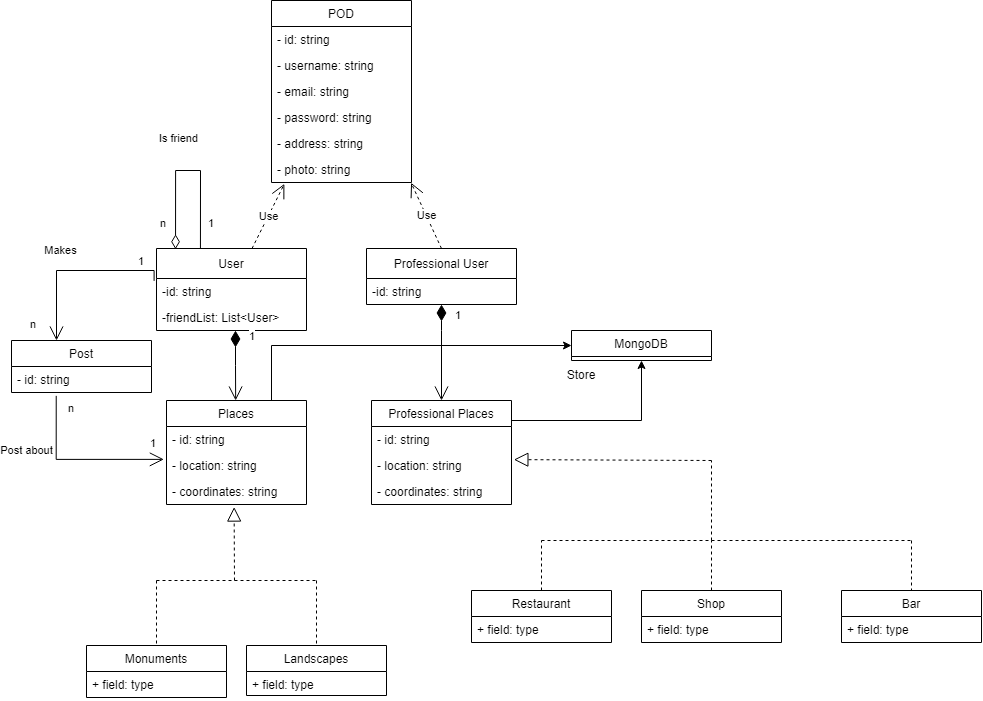
Arquisoft/lomap_es5c keeps this draw.io diagram as docs/images/modeloDominio.png. Above is the earlier version. Source tidied: cells renumbered, new cells last; positions are measured from the earlier drawing's top-left corner, leaving out a move shared by most shapes.
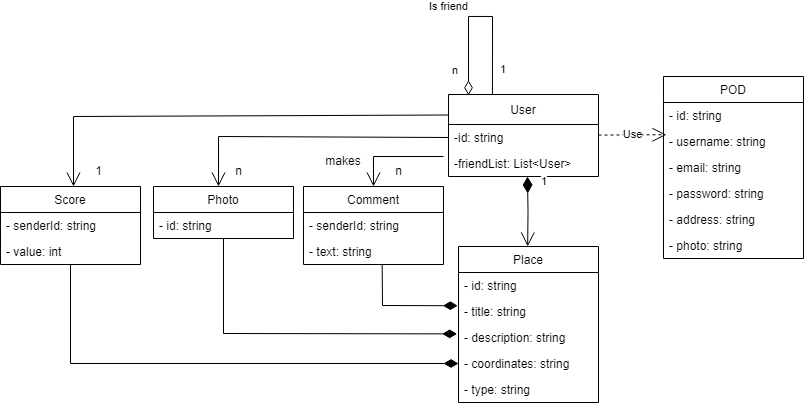
After the commit.

Diff of the diagram source:
```diff
@@ -11,20 +11,26 @@
     <mxCell id="4" value="-friendList: List&lt;User&gt;" style="text;strokeColor=none;fillColor=none;align=left;verticalAlign=top;spacingLeft=4;spacingRight=4;overflow=hidden;" parent="2" vertex="1">
       <mxGeometry y="56" width="150" height="26" as="geometry" />
     </mxCell>
-    <mxCell id="5" value="Places" style="swimlane;fontStyle=0;horizontal=1;startSize=26;fillColor=none;" parent="1" vertex="1">
-      <mxGeometry x="155" y="400" width="140" height="104" as="geometry" />
+    <mxCell id="5" value="Place" style="swimlane;fontStyle=0;horizontal=1;startSize=26;fillColor=none;" parent="1" vertex="1">
+      <mxGeometry x="155" y="400" width="140" height="156" as="geometry" />
     </mxCell>
     <mxCell id="6" value="- id: string" style="text;strokeColor=none;fillColor=none;align=left;verticalAlign=top;spacingLeft=4;spacingRight=4;overflow=hidden;" parent="5" vertex="1">
       <mxGeometry y="26" width="140" height="26" as="geometry" />
     </mxCell>
-    <mxCell id="7" value="- location: string" style="text;strokeColor=none;fillColor=none;align=left;verticalAlign=top;spacingLeft=4;spacingRight=4;overflow=hidden;points=[[0,0.5],[1,0.5]];portConstraint=eastwest;" parent="5" vertex="1">
+    <mxCell id="7" value="- title: string" style="text;strokeColor=none;fillColor=none;align=left;verticalAlign=top;spacingLeft=4;spacingRight=4;overflow=hidden;points=[[0,0.5],[1,0.5]];portConstraint=eastwest;" parent="5" vertex="1">
       <mxGeometry y="52" width="140" height="26" as="geometry" />
     </mxCell>
-    <mxCell id="8" value="- coordinates: string" style="text;strokeColor=none;fillColor=none;align=left;verticalAlign=top;spacingLeft=4;spacingRight=4;overflow=hidden;points=[[0,0.5],[1,0.5]];portConstraint=eastwest;" parent="5" vertex="1">
-      <mxGeometry y="78" width="140" height="26" as="geometry" />
-    </mxCell>
+    <mxCell id="63" value="- description: string" style="text;strokeColor=none;fillColor=none;align=left;verticalAlign=top;spacingLeft=4;spacingRight=4;overflow=hidden;points=[[0,0.5],[1,0.5]];portConstraint=eastwest;" parent="5" vertex="1">
+      <mxGeometry y="78" width="140" height="26" as="geometry" />
+    </mxCell>
+    <mxCell id="64" value="- coordinates: string" style="text;strokeColor=none;fillColor=none;align=left;verticalAlign=top;spacingLeft=4;spacingRight=4;overflow=hidden;" parent="5" vertex="1">
+      <mxGeometry y="104" width="140" height="26" as="geometry" />
+    </mxCell>
+    <mxCell id="65" value="- type: string" style="text;strokeColor=none;fillColor=none;align=left;verticalAlign=top;spacingLeft=4;spacingRight=4;overflow=hidden;" parent="5" vertex="1">
+      <mxGeometry y="130" width="140" height="26" as="geometry" />
+    </mxCell>
     <mxCell id="9" value="POD" style="swimlane;fontStyle=0;horizontal=1;startSize=26;fillColor=none;" parent="1" vertex="1">
-      <mxGeometry x="260" width="140" height="182" as="geometry" />
+      <mxGeometry x="360" y="230" width="140" height="182" as="geometry" />
     </mxCell>
     <mxCell id="10" value="- id: string" style="text;strokeColor=none;fillColor=none;align=left;verticalAlign=top;spacingLeft=4;spacingRight=4;overflow=hidden;" parent="9" vertex="1">
       <mxGeometry y="26" width="140" height="26" as="geometry" />
@@ -44,178 +50,23 @@
     <mxCell id="15" value="- photo: string" style="text;strokeColor=none;fillColor=none;align=left;verticalAlign=top;spacingLeft=4;spacingRight=4;overflow=hidden;points=[[0,0.5],[1,0.5]];portConstraint=eastwest;" parent="9" vertex="1">
       <mxGeometry y="156" width="140" height="26" as="geometry" />
     </mxCell>
-    <mxCell id="16" value="Use" style="endArrow=open;endSize=12;dashed=1;html=1;rounded=0;entryX=0.092;entryY=1.052;entryDx=0;entryDy=0;entryPerimeter=0;" parent="1" edge="1" source="2" target="15">
+    <mxCell id="16" value="Use" style="endArrow=open;endSize=12;dashed=1;html=1;rounded=0;entryX=0.021;entryY=0.239;entryDx=0;entryDy=0;entryPerimeter=0;" parent="1" edge="1" source="2" target="11">
       <mxGeometry relative="1" as="geometry" />
     </mxCell>
-    <mxCell id="17" value="Restaurant" style="swimlane;fontStyle=0;horizontal=1;startSize=26;fillColor=none;" parent="1" vertex="1">
-      <mxGeometry x="460" y="590" width="140" height="52" as="geometry" />
-    </mxCell>
-    <mxCell id="18" value="+ field: type" style="text;strokeColor=none;fillColor=none;align=left;verticalAlign=top;spacingLeft=4;spacingRight=4;overflow=hidden;" parent="17" vertex="1">
-      <mxGeometry y="26" width="140" height="26" as="geometry" />
-    </mxCell>
-    <mxCell id="19" value="Professional User" style="swimlane;fontStyle=0;horizontal=1;startSize=30;fillColor=none;" parent="1" vertex="1">
-      <mxGeometry x="355" y="248" width="150" height="56" as="geometry" />
-    </mxCell>
-    <mxCell id="20" value="-id: string" style="text;strokeColor=none;fillColor=none;align=left;verticalAlign=top;spacingLeft=4;spacingRight=4;overflow=hidden;points=[[0,0.5],[1,0.5]];portConstraint=eastwest;" parent="19" vertex="1">
-      <mxGeometry y="30" width="150" height="26" as="geometry" />
-    </mxCell>
-    <mxCell id="21" value="Use" style="endArrow=open;endSize=12;dashed=1;html=1;rounded=0;exitX=0.5;exitY=0;exitDx=0;exitDy=0;entryX=0.997;entryY=1.009;entryDx=0;entryDy=0;entryPerimeter=0;" parent="1" edge="1" source="19" target="15">
-      <mxGeometry relative="1" as="geometry" />
-    </mxCell>
-    <mxCell id="22" value="Shop" style="swimlane;fontStyle=0;horizontal=1;startSize=26;fillColor=none;" parent="1" vertex="1">
-      <mxGeometry x="630" y="590" width="140" height="52" as="geometry" />
-    </mxCell>
-    <mxCell id="23" value="+ field: type" style="text;strokeColor=none;fillColor=none;align=left;verticalAlign=top;spacingLeft=4;spacingRight=4;overflow=hidden;" parent="22" vertex="1">
-      <mxGeometry y="26" width="140" height="26" as="geometry" />
-    </mxCell>
-    <mxCell id="24" value="Landscapes" style="swimlane;fontStyle=0;horizontal=1;startSize=26;fillColor=none;" parent="1" vertex="1">
-      <mxGeometry x="235" y="645" width="140" height="50" as="geometry" />
-    </mxCell>
-    <mxCell id="25" value="+ field: type" style="text;strokeColor=none;fillColor=none;align=left;verticalAlign=top;spacingLeft=4;spacingRight=4;overflow=hidden;" parent="24" vertex="1">
-      <mxGeometry y="26" width="140" height="24" as="geometry" />
-    </mxCell>
-    <mxCell id="26" value="Monuments" style="swimlane;fontStyle=0;horizontal=1;startSize=26;fillColor=none;" parent="1" vertex="1">
-      <mxGeometry x="75" y="645" width="140" height="52" as="geometry" />
-    </mxCell>
-    <mxCell id="27" value="+ field: type" style="text;strokeColor=none;fillColor=none;align=left;verticalAlign=top;spacingLeft=4;spacingRight=4;overflow=hidden;" parent="26" vertex="1">
-      <mxGeometry y="26" width="140" height="26" as="geometry" />
-    </mxCell>
-    <mxCell id="28" value="Bar" style="swimlane;fontStyle=0;horizontal=1;startSize=26;fillColor=none;" parent="1" vertex="1">
-      <mxGeometry x="830" y="590" width="140" height="52" as="geometry" />
-    </mxCell>
-    <mxCell id="29" value="+ field: type" style="text;strokeColor=none;fillColor=none;align=left;verticalAlign=top;spacingLeft=4;spacingRight=4;overflow=hidden;" parent="28" vertex="1">
-      <mxGeometry y="26" width="140" height="26" as="geometry" />
-    </mxCell>
-    <mxCell id="30" value="Professional Places" style="swimlane;fontStyle=0;horizontal=1;startSize=26;fillColor=none;" parent="1" vertex="1">
-      <mxGeometry x="360" y="400" width="140" height="104" as="geometry" />
-    </mxCell>
-    <mxCell id="31" value="- id: string&#10;" style="text;strokeColor=none;fillColor=none;align=left;verticalAlign=top;spacingLeft=4;spacingRight=4;overflow=hidden;" parent="30" vertex="1">
-      <mxGeometry y="26" width="140" height="26" as="geometry" />
-    </mxCell>
-    <mxCell id="32" value="- location: string" style="text;strokeColor=none;fillColor=none;align=left;verticalAlign=top;spacingLeft=4;spacingRight=4;overflow=hidden;points=[[0,0.5],[1,0.5]];portConstraint=eastwest;" parent="30" vertex="1">
-      <mxGeometry y="52" width="140" height="26" as="geometry" />
-    </mxCell>
-    <mxCell id="33" value="- coordinates: string" style="text;strokeColor=none;fillColor=none;align=left;verticalAlign=top;spacingLeft=4;spacingRight=4;overflow=hidden;" parent="30" vertex="1">
-      <mxGeometry y="78" width="140" height="26" as="geometry" />
-    </mxCell>
     <mxCell id="34" value="1" style="endArrow=open;html=1;endSize=12;startArrow=diamondThin;startSize=14;startFill=1;edgeStyle=orthogonalEdgeStyle;align=left;verticalAlign=bottom;rounded=0;entryX=0.494;entryY=0;entryDx=0;entryDy=0;entryPerimeter=0;" parent="1" edge="1" target="5">
       <mxGeometry x="-0.58" y="12" relative="1" as="geometry">
         <mxPoint x="224" y="330" as="sourcePoint" />
       </mxGeometry>
     </mxCell>
-    <mxCell id="35" value="1" style="endArrow=open;html=1;endSize=12;startArrow=diamondThin;startSize=14;startFill=1;edgeStyle=orthogonalEdgeStyle;align=left;verticalAlign=bottom;rounded=0;entryX=0.5;entryY=0;entryDx=0;entryDy=0;" parent="1" edge="1" source="20" target="30">
-      <mxGeometry x="-0.58" y="12" relative="1" as="geometry">
-        <Array as="points">
-          <mxPoint x="430" y="330" />
-          <mxPoint x="430" y="330" />
-        </Array>
-      </mxGeometry>
-    </mxCell>
-    <mxCell id="36" style="endArrow=block;dashed=1;endFill=0;endSize=12;html=1;rounded=0;shadow=0;entryX=1.017;entryY=0.274;entryDx=0;entryDy=0;entryPerimeter=0;" parent="1" edge="1" target="32">
-      <mxGeometry relative="1" as="geometry">
-        <mxPoint x="700" y="460" as="sourcePoint" />
-      </mxGeometry>
-    </mxCell>
-    <mxCell id="37" style="endArrow=none;endFill=0;endSize=24;html=1;rounded=0;shadow=0;dashed=1;" parent="1" edge="1">
-      <mxGeometry relative="1" as="geometry">
-        <mxPoint x="530" y="540" as="sourcePoint" />
-        <mxPoint x="670" y="540" as="targetPoint" />
-      </mxGeometry>
-    </mxCell>
-    <mxCell id="38" style="endArrow=none;endFill=0;endSize=24;html=1;rounded=0;shadow=0;dashed=1;" parent="1" edge="1">
-      <mxGeometry relative="1" as="geometry">
-        <mxPoint x="670" y="540" as="sourcePoint" />
-        <mxPoint x="830" y="540" as="targetPoint" />
-      </mxGeometry>
-    </mxCell>
-    <mxCell id="39" style="endArrow=none;endFill=0;endSize=24;html=1;rounded=0;shadow=0;dashed=1;" parent="1" edge="1">
-      <mxGeometry relative="1" as="geometry">
-        <mxPoint x="830" y="540" as="sourcePoint" />
-        <mxPoint x="900" y="540" as="targetPoint" />
-      </mxGeometry>
-    </mxCell>
-    <mxCell id="40" style="endArrow=none;endFill=0;endSize=24;html=1;rounded=0;shadow=0;dashed=1;exitX=0.5;exitY=0;exitDx=0;exitDy=0;" parent="1" edge="1" source="17">
-      <mxGeometry relative="1" as="geometry">
-        <mxPoint x="530" y="540" as="targetPoint" />
-      </mxGeometry>
-    </mxCell>
-    <mxCell id="41" style="endArrow=none;endFill=0;endSize=24;html=1;rounded=0;shadow=0;dashed=1;exitX=0.5;exitY=0;exitDx=0;exitDy=0;" parent="1" edge="1" source="22">
-      <mxGeometry relative="1" as="geometry">
-        <mxPoint x="700" y="540" as="targetPoint" />
-      </mxGeometry>
-    </mxCell>
-    <mxCell id="42" style="edgeStyle=none;jettySize=auto;html=1;rounded=0;shadow=0;dashed=1;endArrow=none;endFill=0;entryX=0.5;entryY=0;entryDx=0;entryDy=0;" parent="1" edge="1" target="28">
-      <mxGeometry relative="1" as="geometry">
-        <mxPoint x="900" y="540" as="sourcePoint" />
-      </mxGeometry>
-    </mxCell>
-    <mxCell id="43" style="endArrow=none;endFill=0;endSize=24;html=1;rounded=0;shadow=0;dashed=1;" parent="1" edge="1">
-      <mxGeometry relative="1" as="geometry">
-        <mxPoint x="700" y="540" as="sourcePoint" />
-        <mxPoint x="700" y="460" as="targetPoint" />
-      </mxGeometry>
-    </mxCell>
-    <mxCell id="44" style="endArrow=block;dashed=1;endFill=0;endSize=12;html=1;rounded=0;shadow=0;entryX=0.483;entryY=1.098;entryDx=0;entryDy=0;entryPerimeter=0;" parent="1" edge="1" target="8">
-      <mxGeometry relative="1" as="geometry">
-        <mxPoint x="223" y="580" as="sourcePoint" />
-      </mxGeometry>
-    </mxCell>
-    <mxCell id="45" style="endArrow=none;endFill=0;endSize=24;html=1;rounded=0;shadow=0;dashed=1;" parent="1" edge="1">
-      <mxGeometry relative="1" as="geometry">
-        <mxPoint x="145" y="580" as="sourcePoint" />
-        <mxPoint x="305" y="580" as="targetPoint" />
-      </mxGeometry>
-    </mxCell>
-    <mxCell id="46" style="endArrow=none;endFill=0;endSize=24;html=1;rounded=0;shadow=0;dashed=1;entryX=0.5;entryY=0;entryDx=0;entryDy=0;" parent="1" edge="1" target="26">
-      <mxGeometry relative="1" as="geometry">
-        <mxPoint x="145" y="580" as="sourcePoint" />
-      </mxGeometry>
-    </mxCell>
-    <mxCell id="47" style="endArrow=none;endFill=0;endSize=24;html=1;rounded=0;shadow=0;dashed=1;entryX=0.5;entryY=0;entryDx=0;entryDy=0;" parent="1" edge="1" target="24">
-      <mxGeometry relative="1" as="geometry">
-        <mxPoint x="305" y="580" as="sourcePoint" />
-      </mxGeometry>
-    </mxCell>
-    <mxCell id="48" value="Post" style="swimlane;fontStyle=0;horizontal=1;startSize=26;fillColor=none;" parent="1" vertex="1">
-      <mxGeometry y="340" width="140" height="52" as="geometry" />
+    <mxCell id="48" value="Comment" style="swimlane;fontStyle=0;horizontal=1;startSize=26;fillColor=none;" parent="1" vertex="1">
+      <mxGeometry y="340" width="140" height="78" as="geometry" />
     </mxCell>
-    <mxCell id="49" value="- id: string" style="text;strokeColor=none;fillColor=none;align=left;verticalAlign=top;spacingLeft=4;spacingRight=4;overflow=hidden;" parent="48" vertex="1">
+    <mxCell id="49" value="- senderId: string" style="text;strokeColor=none;fillColor=none;align=left;verticalAlign=top;spacingLeft=4;spacingRight=4;overflow=hidden;" parent="48" vertex="1">
       <mxGeometry y="26" width="140" height="26" as="geometry" />
     </mxCell>
-    <mxCell id="50" value="Post about" style="endArrow=open;html=1;endSize=12;startArrow=none;startSize=14;startFill=0;edgeStyle=orthogonalEdgeStyle;rounded=0;entryX=-0.019;entryY=0.265;entryDx=0;entryDy=0;entryPerimeter=0;exitX=0.498;exitY=1.129;exitDx=0;exitDy=0;exitPerimeter=0;endFill=0;" parent="1" edge="1" target="7">
-      <mxGeometry x="-0.36" y="-30" relative="1" as="geometry">
-        <mxPoint x="44.7" y="395.4" as="sourcePoint" />
-        <Array as="points">
-          <mxPoint x="45" y="459" />
-        </Array>
-      </mxGeometry>
-    </mxCell>
-    <mxCell id="51" value="n" style="edgeLabel;html=1;align=left;verticalAlign=top;" parent="50" vertex="1">
-      <mxGeometry x="-1" relative="1" as="geometry">
-        <mxPoint x="10" as="offset" />
-      </mxGeometry>
-    </mxCell>
-    <mxCell id="52" value="1" style="edgeLabel;html=1;align=right;verticalAlign=top;" parent="50" vertex="1">
-      <mxGeometry x="1" relative="1" as="geometry">
-        <mxPoint x="-7" y="-29" as="offset" />
-      </mxGeometry>
-    </mxCell>
-    <mxCell id="53" value="Makes" style="endArrow=open;html=1;endSize=12;startArrow=none;startSize=14;startFill=0;edgeStyle=orthogonalEdgeStyle;rounded=0;entryX=0.5;entryY=0;entryDx=0;entryDy=0;exitX=-0.016;exitY=0.395;exitDx=0;exitDy=0;exitPerimeter=0;endFill=0;" parent="1" edge="1" source="2">
-      <mxGeometry x="0.17" y="-20" relative="1" as="geometry">
-        <mxPoint x="45" y="340" as="targetPoint" />
-        <Array as="points">
-          <mxPoint x="45" y="270" />
-        </Array>
-      </mxGeometry>
-    </mxCell>
-    <mxCell id="54" value="n" style="edgeLabel;html=1;align=right;verticalAlign=top;" parent="53" vertex="1">
-      <mxGeometry x="1" relative="1" as="geometry">
-        <mxPoint x="-20" y="-29" as="offset" />
-      </mxGeometry>
-    </mxCell>
-    <mxCell id="55" value="1" style="edgeLabel;html=1;align=left;verticalAlign=top;" parent="1" vertex="1">
-      <mxGeometry x="125" y="248" as="geometry" />
-    </mxCell>
+    <mxCell id="66" value="- text: string" style="text;strokeColor=none;fillColor=none;align=left;verticalAlign=top;spacingLeft=4;spacingRight=4;overflow=hidden;points=[[0,0.5],[1,0.5]];portConstraint=eastwest;" parent="48" vertex="1">
+      <mxGeometry y="52" width="140" height="26" as="geometry" />
+    </mxCell>
     <mxCell id="56" value="Is friend" style="endArrow=diamondThin;html=1;endSize=12;startArrow=none;startSize=14;startFill=0;edgeStyle=orthogonalEdgeStyle;rounded=0;entryX=0.127;entryY=0.009;entryDx=0;entryDy=0;exitX=0.293;exitY=-0.002;exitDx=0;exitDy=0;exitPerimeter=0;endFill=0;entryPerimeter=0;" parent="1" edge="1" source="2" target="2">
       <mxGeometry x="0.12" y="-22" relative="1" as="geometry">
         <Array as="points">
@@ -234,26 +85,78 @@
     <mxCell id="58" value="1" style="edgeLabel;html=1;align=left;verticalAlign=top;" parent="1" vertex="1">
       <mxGeometry x="195" y="210" as="geometry" />
     </mxCell>
-    <mxCell id="59" value="MongoDB" style="swimlane;fontStyle=0;horizontal=1;startSize=26;fillColor=none;" parent="1" vertex="1">
-      <mxGeometry x="560" y="330" width="140" height="30" as="geometry" />
-    </mxCell>
-    <mxCell id="60" style="endArrow=classic;html=1;rounded=0;entryX=0;entryY=0.5;entryDx=0;entryDy=0;exitX=0.75;exitY=0;exitDx=0;exitDy=0;" parent="1" edge="1" source="5" target="59">
-      <mxGeometry relative="1" as="geometry">
-        <Array as="points">
-          <mxPoint x="260" y="345" />
-        </Array>
-      </mxGeometry>
-    </mxCell>
-    <mxCell id="61" value="Store" style="text;html=1;strokeColor=none;fillColor=none;align=center;verticalAlign=middle;whiteSpace=wrap;rounded=0;" parent="1" vertex="1">
-      <mxGeometry x="540" y="360" width="60" height="30" as="geometry" />
-    </mxCell>
-    <mxCell id="62" style="endArrow=classic;html=1;rounded=0;entryX=0.5;entryY=1;entryDx=0;entryDy=0;" parent="1" edge="1" target="59">
-      <mxGeometry relative="1" as="geometry">
-        <mxPoint x="500" y="420" as="sourcePoint" />
-        <Array as="points">
-          <mxPoint x="630" y="420" />
-        </Array>
-      </mxGeometry>
-    </mxCell>
+    <mxCell id="67" value="Photo" style="swimlane;fontStyle=0;horizontal=1;startSize=26;fillColor=none;" parent="1" vertex="1">
+      <mxGeometry x="-150" y="340" width="140" height="52" as="geometry" />
+    </mxCell>
+    <mxCell id="31" value="- id: string" style="text;strokeColor=none;fillColor=none;align=left;verticalAlign=top;spacingLeft=4;spacingRight=4;overflow=hidden;" parent="67" vertex="1">
+      <mxGeometry y="26" width="140" height="26" as="geometry" />
+    </mxCell>
+    <mxCell id="68" value="Score" style="swimlane;fontStyle=0;horizontal=1;startSize=26;fillColor=none;" parent="1" vertex="1">
+      <mxGeometry x="-303" y="340" width="140" height="78" as="geometry" />
+    </mxCell>
+    <mxCell id="69" value="- senderId: string&#10;" style="text;strokeColor=none;fillColor=none;align=left;verticalAlign=top;spacingLeft=4;spacingRight=4;overflow=hidden;" parent="68" vertex="1">
+      <mxGeometry y="26" width="140" height="26" as="geometry" />
+    </mxCell>
+    <mxCell id="70" value="- value: int&#10;" style="text;strokeColor=none;fillColor=none;align=left;verticalAlign=top;spacingLeft=4;spacingRight=4;overflow=hidden;points=[[0,0.5],[1,0.5]];portConstraint=eastwest;" parent="68" vertex="1">
+      <mxGeometry y="52" width="140" height="26" as="geometry" />
+    </mxCell>
+    <mxCell id="71" style="endArrow=open;endFill=1;endSize=12;html=1;rounded=0;entryX=0.5;entryY=0;entryDx=0;entryDy=0;" parent="1" edge="1" target="48">
+      <mxGeometry relative="1" as="geometry">
+        <mxPoint x="140" y="310" as="sourcePoint" />
+        <Array as="points">
+          <mxPoint x="70" y="310" />
+        </Array>
+      </mxGeometry>
+    </mxCell>
+    <mxCell id="72" style="endArrow=open;endFill=1;endSize=12;html=1;rounded=0;entryX=0.5;entryY=0;entryDx=0;entryDy=0;exitX=0;exitY=0.5;exitDx=0;exitDy=0;" parent="1" edge="1" source="3">
+      <mxGeometry relative="1" as="geometry">
+        <mxPoint x="-85" y="340" as="targetPoint" />
+        <Array as="points">
+          <mxPoint x="-85" y="290" />
+        </Array>
+      </mxGeometry>
+    </mxCell>
+    <mxCell id="73" style="endArrow=open;endFill=1;endSize=12;html=1;rounded=0;entryX=0.5;entryY=0;entryDx=0;entryDy=0;exitX=0;exitY=0.25;exitDx=0;exitDy=0;" parent="1" edge="1" source="2">
+      <mxGeometry relative="1" as="geometry">
+        <mxPoint x="-230" y="340" as="targetPoint" />
+        <Array as="points">
+          <mxPoint x="-230" y="270" />
+        </Array>
+      </mxGeometry>
+    </mxCell>
+    <mxCell id="74" value="makes" style="text;html=1;strokeColor=none;fillColor=none;align=center;verticalAlign=middle;whiteSpace=wrap;rounded=0;" parent="1" vertex="1">
+      <mxGeometry x="10" y="300" width="60" height="30" as="geometry" />
+    </mxCell>
+    <mxCell id="75" value="n" style="text;html=1;align=center;verticalAlign=middle;strokeColor=none;fillColor=none;" parent="1" vertex="1">
+      <mxGeometry x="80" y="310" width="30" height="30" as="geometry" />
+    </mxCell>
+    <mxCell id="76" value="n" style="text;html=1;align=center;verticalAlign=middle;strokeColor=none;fillColor=none;" parent="1" vertex="1">
+      <mxGeometry x="-80" y="310" width="30" height="30" as="geometry" />
+    </mxCell>
+    <mxCell id="77" value="1" style="text;html=1;align=center;verticalAlign=middle;strokeColor=none;fillColor=none;" parent="1" vertex="1">
+      <mxGeometry x="-220" y="310" width="30" height="30" as="geometry" />
+    </mxCell>
+    <mxCell id="78" style="endArrow=diamondThin;endFill=1;endSize=12;html=1;rounded=0;entryX=0;entryY=0.5;entryDx=0;entryDy=0;" parent="1" edge="1" source="70">
+      <mxGeometry relative="1" as="geometry">
+        <mxPoint x="155" y="517" as="targetPoint" />
+        <Array as="points">
+          <mxPoint x="-233" y="517" />
+        </Array>
+      </mxGeometry>
+    </mxCell>
+    <mxCell id="79" style="endArrow=diamondThin;endFill=1;endSize=12;html=1;rounded=0;exitX=0.5;exitY=1;exitDx=0;exitDy=0;entryX=-0.01;entryY=0.361;entryDx=0;entryDy=0;entryPerimeter=0;" parent="1" edge="1" source="67" target="63">
+      <mxGeometry relative="1" as="geometry">
+        <Array as="points">
+          <mxPoint x="-80" y="487" />
+        </Array>
+      </mxGeometry>
+    </mxCell>
+    <mxCell id="80" style="endArrow=diamondThin;endFill=1;endSize=12;html=1;rounded=0;entryX=-0.005;entryY=0.278;entryDx=0;entryDy=0;entryPerimeter=0;exitX=0.562;exitY=1.019;exitDx=0;exitDy=0;exitPerimeter=0;" parent="1" edge="1" source="66" target="7">
+      <mxGeometry relative="1" as="geometry">
+        <Array as="points">
+          <mxPoint x="79" y="459" />
+        </Array>
+      </mxGeometry>
+    </mxCell>
   </root>
 </mxGraphModel>
```
